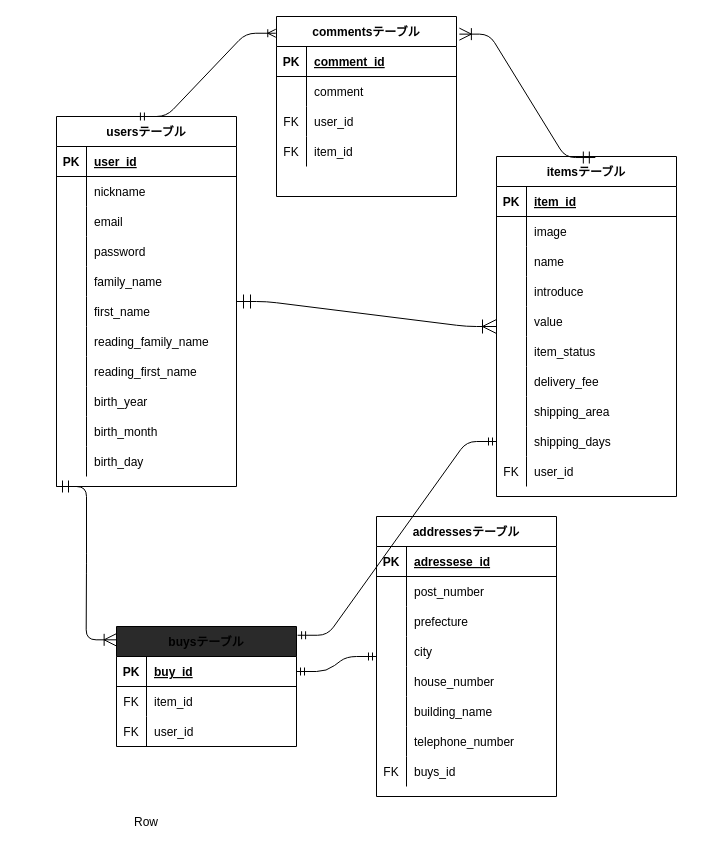
Above: furima.dio in kazuki-n1335/furima-32561 (draw.io), before the change. Source tidied: cells renumbered, new cells numbered last; positions are measured from the earlier drawing's top-left corner, leaving out a move shared by most shapes. Both pictures are drawn from the tidied source at 100%, with x=0, y=0 at pixel (16, 16).
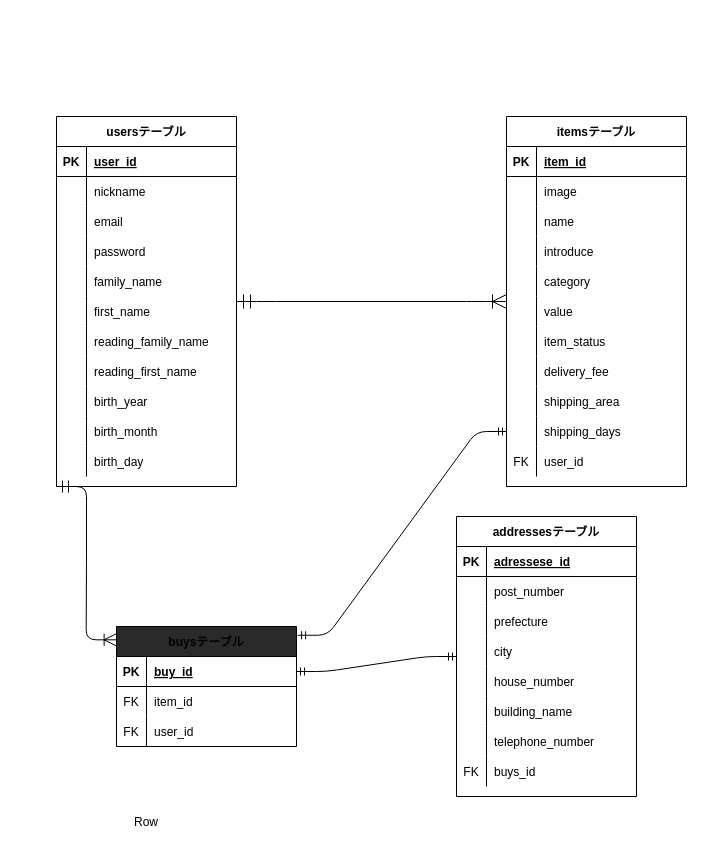
The same page after the edit.

Commit message (it also covers changes not shown here):
items テーブルのcategory_idを追加

The change refers to these unchanged cells:
```xml
<mxCell id="2" value="usersテーブル" style="shape=table;startSize=30;childLayout=tableLayout;rowLines=0;fontStyle=1;align=center;" parent="1" vertex="1">
  <mxGeometry x="40" y="100" width="180" height="370" as="geometry" />
</mxCell>
```

The edit, as a diff of the source:
```diff
@@
     <mxCell id="36" value="itemsテーブル" style="shape=table;startSize=30;childLayout=tableLayout;rowLines=0;fontStyle=1;align=center;" parent="1" vertex="1">
-      <mxGeometry x="480" y="140" width="180" height="340" as="geometry" />
+      <mxGeometry x="490" y="100" width="180" height="370" as="geometry" />
     </mxCell>
@@
+    <mxCell id="129" style="shape=partialRectangle;fillColor=none;top=0;left=0;bottom=0;right=0;" parent="36" vertex="1">
+      <mxGeometry y="150" width="180" height="30" as="geometry" />
+    </mxCell>
+    <mxCell id="75" style="shape=partialRectangle;fillColor=none;top=0;left=0;bottom=0;right=0;overflow=hidden;" parent="129" vertex="1">
+      <mxGeometry width="30" height="30" as="geometry" />
+    </mxCell>
+    <mxCell id="130" value="category" style="shape=partialRectangle;fillColor=none;top=0;left=0;bottom=0;right=0;align=left;spacingLeft=6;overflow=hidden;" parent="129" vertex="1">
+      <mxGeometry x="30" width="150" height="30" as="geometry" />
+    </mxCell>
     <mxCell id="49" style="shape=partialRectangle;fillColor=none;top=0;left=0;bottom=0;right=0;" parent="36" vertex="1">
-      <mxGeometry y="150" width="180" height="30" as="geometry" />
+      <mxGeometry y="180" width="180" height="30" as="geometry" />
     </mxCell>
@@
     <mxCell id="52" style="shape=partialRectangle;fillColor=none;top=0;left=0;bottom=0;right=0;" parent="36" vertex="1">
-      <mxGeometry y="180" width="180" height="30" as="geometry" />
+      <mxGeometry y="210" width="180" height="30" as="geometry" />
     </mxCell>
@@
     <mxCell id="55" style="shape=partialRectangle;fillColor=none;top=0;left=0;bottom=0;right=0;" parent="36" vertex="1">
-      <mxGeometry y="210" width="180" height="30" as="geometry" />
+      <mxGeometry y="240" width="180" height="30" as="geometry" />
     </mxCell>
@@
     <mxCell id="58" style="shape=partialRectangle;fillColor=none;top=0;left=0;bottom=0;right=0;" parent="36" vertex="1">
-      <mxGeometry y="240" width="180" height="30" as="geometry" />
+      <mxGeometry y="270" width="180" height="30" as="geometry" />
     </mxCell>
@@
     <mxCell id="61" style="shape=partialRectangle;fillColor=none;top=0;left=0;bottom=0;right=0;points=[[0,0.5],[1,0.5]];portConstraint=eastwest;" parent="36" vertex="1">
-      <mxGeometry y="270" width="180" height="30" as="geometry" />
+      <mxGeometry y="300" width="180" height="30" as="geometry" />
     </mxCell>
@@
     <mxCell id="64" style="shape=partialRectangle;fillColor=none;top=0;left=0;bottom=0;right=0;" parent="36" vertex="1">
-      <mxGeometry y="300" width="180" height="30" as="geometry" />
+      <mxGeometry y="330" width="180" height="30" as="geometry" />
     </mxCell>
@@
-    <mxCell id="68" style="edgeStyle=entityRelationEdgeStyle;fontSize=12;html=1;endArrow=ERoneToMany;startArrow=ERmandOne;exitX=0.549;exitY=0.003;exitDx=0;exitDy=0;exitPerimeter=0;entryX=1.016;entryY=0.098;entryDx=0;entryDy=0;entryPerimeter=0;endSize=10;startSize=10;" parent="1" edge="1" source="36" target="70">
-      <mxGeometry relative="1" as="geometry" />
-    </mxCell>
-    <mxCell id="69" style="edgeStyle=entityRelationEdgeStyle;fontSize=12;html=1;endArrow=ERoneToMany;startArrow=ERmandOne;exitX=0.444;exitY=0;exitDx=0;exitDy=0;exitPerimeter=0;entryX=-0.004;entryY=0.093;entryDx=0;entryDy=0;entryPerimeter=0;" parent="1" edge="1" source="2" target="70">
-      <mxGeometry relative="1" as="geometry" />
-    </mxCell>
-    <mxCell id="70" value="commentsテーブル" style="shape=table;startSize=30;childLayout=tableLayout;rowLines=0;fontStyle=1;align=center;" parent="1" vertex="1">
-      <mxGeometry x="260" width="180" height="180" as="geometry" />
-    </mxCell>
-    <mxCell id="71" style="shape=partialRectangle;fillColor=none;top=0;left=0;bottom=1;right=0;" parent="70" vertex="1">
-      <mxGeometry y="30" width="180" height="30" as="geometry" />
-    </mxCell>
-    <mxCell id="72" value="PK" style="shape=partialRectangle;fillColor=none;top=0;left=0;bottom=0;right=0;fontStyle=1;overflow=hidden;" parent="71" vertex="1">
-      <mxGeometry width="30" height="30" as="geometry" />
-    </mxCell>
-    <mxCell id="73" value="comment_id" style="shape=partialRectangle;fillColor=none;top=0;left=0;bottom=0;right=0;align=left;spacingLeft=6;fontStyle=5;overflow=hidden;" parent="71" vertex="1">
-      <mxGeometry x="30" width="150" height="30" as="geometry" />
-    </mxCell>
-    <mxCell id="74" style="shape=partialRectangle;fillColor=none;top=0;left=0;bottom=0;right=0;" parent="70" vertex="1">
-      <mxGeometry y="60" width="180" height="30" as="geometry" />
-    </mxCell>
-    <mxCell id="75" style="shape=partialRectangle;fillColor=none;top=0;left=0;bottom=0;right=0;overflow=hidden;" parent="74" vertex="1">
-      <mxGeometry width="30" height="30" as="geometry" />
-    </mxCell>
-    <mxCell id="76" value="comment" style="shape=partialRectangle;fillColor=none;top=0;left=0;bottom=0;right=0;align=left;spacingLeft=6;overflow=hidden;" parent="74" vertex="1">
-      <mxGeometry x="30" width="150" height="30" as="geometry" />
-    </mxCell>
-    <mxCell id="77" style="shape=partialRectangle;fillColor=none;top=0;left=0;bottom=0;right=0;" parent="70" vertex="1">
-      <mxGeometry y="90" width="180" height="30" as="geometry" />
-    </mxCell>
-    <mxCell id="78" value="FK" style="shape=partialRectangle;fillColor=none;top=0;left=0;bottom=0;right=0;fontStyle=0;overflow=hidden;" parent="77" vertex="1">
-      <mxGeometry width="30" height="30" as="geometry" />
-    </mxCell>
-    <mxCell id="79" value="user_id" style="shape=partialRectangle;fillColor=none;top=0;left=0;bottom=0;right=0;align=left;spacingLeft=6;fontStyle=0;overflow=hidden;" parent="77" vertex="1">
-      <mxGeometry x="30" width="150" height="30" as="geometry" />
-    </mxCell>
-    <mxCell id="80" style="shape=partialRectangle;fillColor=none;top=0;left=0;bottom=0;right=0;" parent="70" vertex="1">
-      <mxGeometry y="120" width="180" height="30" as="geometry" />
-    </mxCell>
-    <mxCell id="81" value="FK" style="shape=partialRectangle;fillColor=none;top=0;left=0;bottom=0;right=0;fontStyle=0;overflow=hidden;" parent="80" vertex="1">
-      <mxGeometry width="30" height="30" as="geometry" />
-    </mxCell>
-    <mxCell id="82" value="item_id" style="shape=partialRectangle;fillColor=none;top=0;left=0;bottom=0;right=0;align=left;spacingLeft=6;fontStyle=0;overflow=hidden;" parent="80" vertex="1">
-      <mxGeometry x="30" width="150" height="30" as="geometry" />
-    </mxCell>
@@
     <mxCell id="94" value="addressesテーブル" style="shape=table;startSize=30;childLayout=tableLayout;rowLines=0;fontStyle=1;align=center;" parent="1" vertex="1">
-      <mxGeometry x="360" y="500" width="180" height="280" as="geometry" />
+      <mxGeometry x="440" y="500" width="180" height="280" as="geometry" />
     </mxCell>
```
